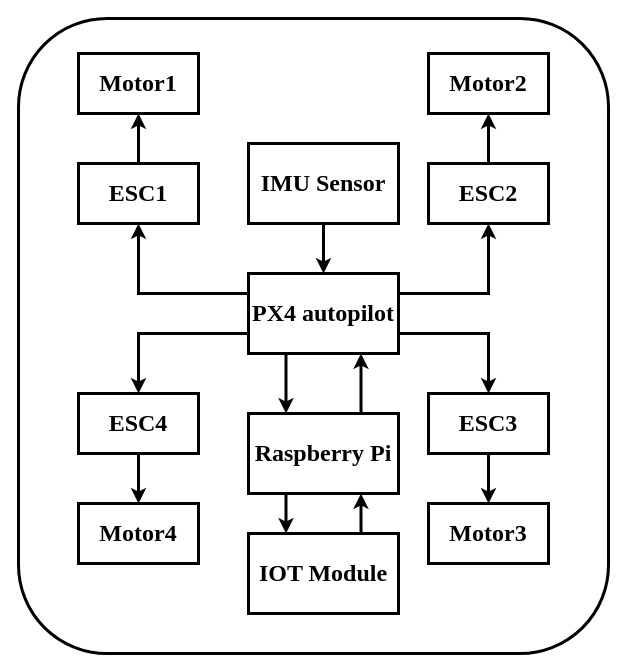
Above: uav_block_diagram.drawio in mrinmoysarkar/draw_io_projects (draw.io), before the change. Source tidied: cells renumbered, new cells numbered last; positions are measured from the earlier drawing's top-left corner, leaving out a move shared by most shapes. Both pictures are drawn from the tidied source at 100%, with x=0, y=0 at pixel (18, 18).
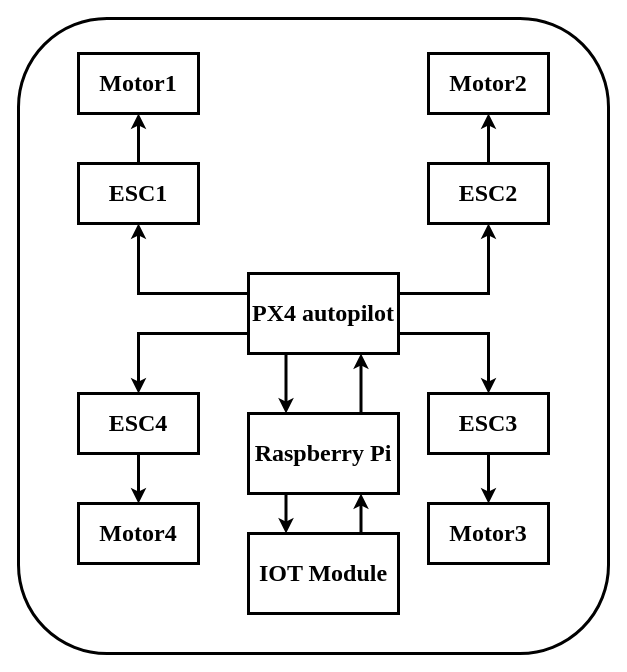
The same page after the edit.

Unchanged cells that the change refers to:
```xml
<mxCell id="20" value="&lt;font face=&quot;Times New Roman&quot; size=&quot;1&quot;&gt;&lt;b style=&quot;font-size: 24px&quot;&gt;PX4 autopilot&lt;/b&gt;&lt;/font&gt;" style="rounded=0;whiteSpace=wrap;html=1;strokeWidth=3;" parent="1" vertex="1">
  <mxGeometry x="230" y="255" width="150" height="80" as="geometry" />
</mxCell>
```

Change to the diagram source:
```diff
@@
-    <mxCell id="26" style="edgeStyle=orthogonalEdgeStyle;rounded=0;jettySize=auto;html=1;exitX=0.5;exitY=1;exitDx=0;exitDy=0;entryX=0.5;entryY=0;entryDx=0;entryDy=0;strokeWidth=3;" parent="1" edge="1" source="27" target="20">
-      <mxGeometry relative="1" as="geometry" />
-    </mxCell>
-    <mxCell id="27" value="&lt;font face=&quot;Times New Roman&quot; size=&quot;1&quot;&gt;&lt;b style=&quot;font-size: 24px&quot;&gt;IMU Sensor&lt;/b&gt;&lt;/font&gt;" style="rounded=0;whiteSpace=wrap;html=1;strokeWidth=3;" parent="1" vertex="1">
-      <mxGeometry x="230" y="125" width="150" height="80" as="geometry" />
-    </mxCell>
```
